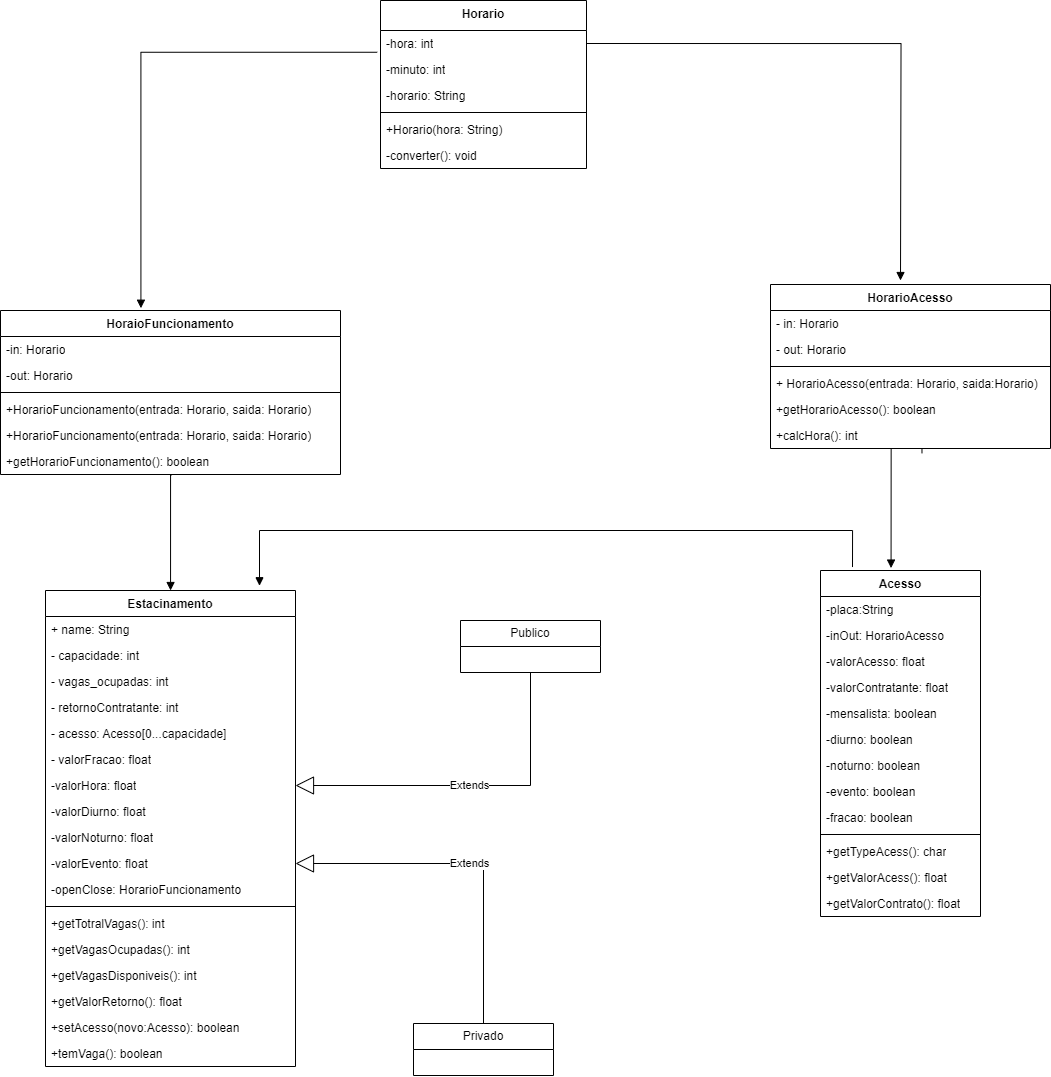
Above: TP/Class_Diagram.png in Pedronosrins/OO (draw.io), before the change. Source tidied: cells renumbered, new cells last; positions are measured from the earlier drawing's top-left corner, leaving out a move shared by most shapes.
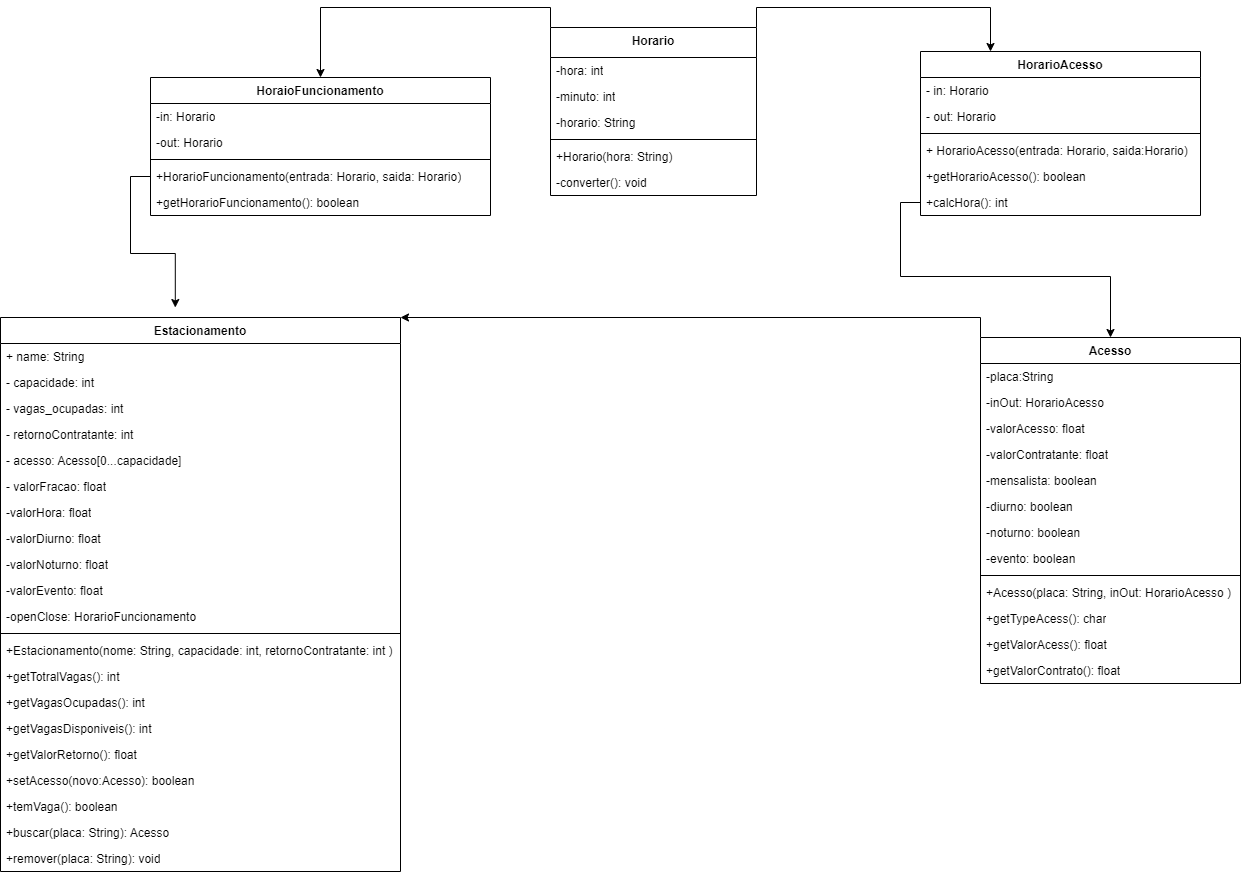
After the commit.

The edit, as a diff of the source:
```diff
@@ -4,109 +4,121 @@
     <mxCell id="1" parent="0" />
-    <mxCell id="2" value="Estacinamento" style="swimlane;fontStyle=1;align=center;verticalAlign=top;horizontal=1;startSize=26;whiteSpace=wrap;html=1;" parent="1" vertex="1">
-      <mxGeometry x="45" y="590" width="250" height="476" as="geometry" />
+    <mxCell id="2" value="Estacionamento" style="swimlane;fontStyle=1;align=center;verticalAlign=top;horizontal=1;startSize=26;whiteSpace=wrap;html=1;" parent="1" vertex="1">
+      <mxGeometry x="-150" y="550" width="400" height="554" as="geometry" />
     </mxCell>
     <mxCell id="3" value="+ name: String" style="text;strokeColor=none;fillColor=none;align=left;verticalAlign=top;spacingLeft=4;spacingRight=4;overflow=hidden;whiteSpace=wrap;html=1;" parent="2" vertex="1">
-      <mxGeometry y="26" width="250" height="26" as="geometry" />
+      <mxGeometry y="26" width="400" height="26" as="geometry" />
     </mxCell>
     <mxCell id="4" value="- capacidade: int&amp;nbsp;" style="text;strokeColor=none;fillColor=none;align=left;verticalAlign=top;spacingLeft=4;spacingRight=4;overflow=hidden;whiteSpace=wrap;html=1;" parent="2" vertex="1">
-      <mxGeometry y="52" width="250" height="26" as="geometry" />
+      <mxGeometry y="52" width="400" height="26" as="geometry" />
     </mxCell>
     <mxCell id="5" value="- vagas_ocupadas: int&amp;nbsp;" style="text;strokeColor=none;fillColor=none;align=left;verticalAlign=top;spacingLeft=4;spacingRight=4;overflow=hidden;whiteSpace=wrap;html=1;" parent="2" vertex="1">
-      <mxGeometry y="78" width="250" height="26" as="geometry" />
+      <mxGeometry y="78" width="400" height="26" as="geometry" />
     </mxCell>
     <mxCell id="6" value="- retornoContratante: int&amp;nbsp;" style="text;strokeColor=none;fillColor=none;align=left;verticalAlign=top;spacingLeft=4;spacingRight=4;overflow=hidden;whiteSpace=wrap;html=1;" parent="2" vertex="1">
-      <mxGeometry y="104" width="250" height="26" as="geometry" />
+      <mxGeometry y="104" width="400" height="26" as="geometry" />
     </mxCell>
     <mxCell id="7" value="- acesso: Acesso[0...capacidade]&amp;nbsp;" style="text;strokeColor=none;fillColor=none;align=left;verticalAlign=top;spacingLeft=4;spacingRight=4;overflow=hidden;whiteSpace=wrap;html=1;" parent="2" vertex="1">
-      <mxGeometry y="130" width="250" height="26" as="geometry" />
+      <mxGeometry y="130" width="400" height="26" as="geometry" />
     </mxCell>
     <mxCell id="8" value="- valorFracao: float" style="text;strokeColor=none;fillColor=none;align=left;verticalAlign=top;spacingLeft=4;spacingRight=4;overflow=hidden;whiteSpace=wrap;html=1;" parent="2" vertex="1">
-      <mxGeometry y="156" width="250" height="26" as="geometry" />
+      <mxGeometry y="156" width="400" height="26" as="geometry" />
     </mxCell>
     <mxCell id="9" value="-valorHora: float" style="text;strokeColor=none;fillColor=none;align=left;verticalAlign=top;spacingLeft=4;spacingRight=4;overflow=hidden;points=[[0,0.5],[1,0.5]];portConstraint=eastwest;whiteSpace=wrap;html=1;" parent="2" vertex="1">
-      <mxGeometry y="182" width="250" height="26" as="geometry" />
+      <mxGeometry y="182" width="400" height="26" as="geometry" />
     </mxCell>
     <mxCell id="10" value="-valorDiurno: float" style="text;strokeColor=none;fillColor=none;align=left;verticalAlign=top;spacingLeft=4;spacingRight=4;overflow=hidden;whiteSpace=wrap;html=1;" parent="2" vertex="1">
-      <mxGeometry y="208" width="250" height="26" as="geometry" />
+      <mxGeometry y="208" width="400" height="26" as="geometry" />
     </mxCell>
     <mxCell id="11" value="-valorNoturno: float" style="text;strokeColor=none;fillColor=none;align=left;verticalAlign=top;spacingLeft=4;spacingRight=4;overflow=hidden;whiteSpace=wrap;html=1;" parent="2" vertex="1">
-      <mxGeometry y="234" width="250" height="26" as="geometry" />
+      <mxGeometry y="234" width="400" height="26" as="geometry" />
     </mxCell>
     <mxCell id="12" value="-valorEvento: float" style="text;strokeColor=none;fillColor=none;align=left;verticalAlign=top;spacingLeft=4;spacingRight=4;overflow=hidden;points=[[0,0.5],[1,0.5]];portConstraint=eastwest;whiteSpace=wrap;html=1;" parent="2" vertex="1">
-      <mxGeometry y="260" width="250" height="26" as="geometry" />
+      <mxGeometry y="260" width="400" height="26" as="geometry" />
     </mxCell>
     <mxCell id="13" value="-openClose: HorarioFuncionamento" style="text;strokeColor=none;fillColor=none;align=left;verticalAlign=top;spacingLeft=4;spacingRight=4;overflow=hidden;whiteSpace=wrap;html=1;" parent="2" vertex="1">
-      <mxGeometry y="286" width="250" height="26" as="geometry" />
+      <mxGeometry y="286" width="400" height="26" as="geometry" />
     </mxCell>
     <mxCell id="14" style="line;strokeWidth=1;fillColor=none;align=left;verticalAlign=middle;spacingTop=-1;spacingLeft=3;spacingRight=3;labelPosition=right;strokeColor=inherit;" parent="2" vertex="1">
-      <mxGeometry y="312" width="250" height="8" as="geometry" />
+      <mxGeometry y="312" width="400" height="8" as="geometry" />
     </mxCell>
+    <mxCell id="65" value="+Estacionamento(nome: String, capacidade: int, retornoContratante: int )" style="text;strokeColor=none;fillColor=none;align=left;verticalAlign=top;spacingLeft=4;spacingRight=4;overflow=hidden;whiteSpace=wrap;html=1;" parent="2" vertex="1">
+      <mxGeometry y="320" width="400" height="26" as="geometry" />
+    </mxCell>
     <mxCell id="15" value="+getTotralVagas(): int&amp;nbsp;" style="text;strokeColor=none;fillColor=none;align=left;verticalAlign=top;spacingLeft=4;spacingRight=4;overflow=hidden;whiteSpace=wrap;html=1;" parent="2" vertex="1">
-      <mxGeometry y="320" width="250" height="26" as="geometry" />
+      <mxGeometry y="346" width="400" height="26" as="geometry" />
     </mxCell>
     <mxCell id="16" value="+getVagasOcupadas(): int&amp;nbsp;" style="text;strokeColor=none;fillColor=none;align=left;verticalAlign=top;spacingLeft=4;spacingRight=4;overflow=hidden;whiteSpace=wrap;html=1;" parent="2" vertex="1">
-      <mxGeometry y="346" width="250" height="26" as="geometry" />
+      <mxGeometry y="372" width="400" height="26" as="geometry" />
     </mxCell>
     <mxCell id="17" value="+getVagasDisponiveis(): int&amp;nbsp;" style="text;strokeColor=none;fillColor=none;align=left;verticalAlign=top;spacingLeft=4;spacingRight=4;overflow=hidden;whiteSpace=wrap;html=1;" parent="2" vertex="1">
-      <mxGeometry y="372" width="250" height="26" as="geometry" />
+      <mxGeometry y="398" width="400" height="26" as="geometry" />
     </mxCell>
     <mxCell id="18" value="+getValorRetorno(): float" style="text;strokeColor=none;fillColor=none;align=left;verticalAlign=top;spacingLeft=4;spacingRight=4;overflow=hidden;whiteSpace=wrap;html=1;" parent="2" vertex="1">
-      <mxGeometry y="398" width="250" height="26" as="geometry" />
+      <mxGeometry y="424" width="400" height="26" as="geometry" />
     </mxCell>
     <mxCell id="19" value="+setAcesso(novo:Acesso): boolean&amp;nbsp;" style="text;strokeColor=none;fillColor=none;align=left;verticalAlign=top;spacingLeft=4;spacingRight=4;overflow=hidden;whiteSpace=wrap;html=1;" parent="2" vertex="1">
-      <mxGeometry y="424" width="250" height="26" as="geometry" />
+      <mxGeometry y="450" width="400" height="26" as="geometry" />
     </mxCell>
     <mxCell id="20" value="+temVaga(): boolean&amp;nbsp;" style="text;strokeColor=none;fillColor=none;align=left;verticalAlign=top;spacingLeft=4;spacingRight=4;overflow=hidden;whiteSpace=wrap;html=1;" parent="2" vertex="1">
-      <mxGeometry y="450" width="250" height="26" as="geometry" />
+      <mxGeometry y="476" width="400" height="26" as="geometry" />
     </mxCell>
+    <mxCell id="66" value="+buscar(placa: String): Acesso&amp;nbsp;" style="text;strokeColor=none;fillColor=none;align=left;verticalAlign=top;spacingLeft=4;spacingRight=4;overflow=hidden;whiteSpace=wrap;html=1;" parent="2" vertex="1">
+      <mxGeometry y="502" width="400" height="26" as="geometry" />
+    </mxCell>
+    <mxCell id="67" value="+remover(placa: String): void" style="text;strokeColor=none;fillColor=none;align=left;verticalAlign=top;spacingLeft=4;spacingRight=4;overflow=hidden;whiteSpace=wrap;html=1;" parent="2" vertex="1">
+      <mxGeometry y="528" width="400" height="26" as="geometry" />
+    </mxCell>
+    <mxCell id="64" style="edgeStyle=orthogonalEdgeStyle;rounded=0;jettySize=auto;html=1;exitX=0;exitY=0;exitDx=0;exitDy=0;entryX=1;entryY=0;entryDx=0;entryDy=0;" parent="1" edge="1" source="21" target="2">
+      <mxGeometry relative="1" as="geometry" />
+    </mxCell>
     <mxCell id="21" value="Acesso" style="swimlane;fontStyle=1;align=center;verticalAlign=top;horizontal=1;startSize=26;whiteSpace=wrap;html=1;" parent="1" vertex="1">
-      <mxGeometry x="820" y="570" width="160" height="346" as="geometry" />
+      <mxGeometry x="830" y="570" width="260" height="346" as="geometry" />
     </mxCell>
     <mxCell id="22" value="-placa:String" style="text;strokeColor=none;fillColor=none;align=left;verticalAlign=top;spacingLeft=4;spacingRight=4;overflow=hidden;whiteSpace=wrap;html=1;" parent="21" vertex="1">
-      <mxGeometry y="26" width="160" height="26" as="geometry" />
+      <mxGeometry y="26" width="260" height="26" as="geometry" />
     </mxCell>
     <mxCell id="23" value="-inOut: HorarioAcesso" style="text;strokeColor=none;fillColor=none;align=left;verticalAlign=top;spacingLeft=4;spacingRight=4;overflow=hidden;whiteSpace=wrap;html=1;" parent="21" vertex="1">
-      <mxGeometry y="52" width="160" height="26" as="geometry" />
+      <mxGeometry y="52" width="260" height="26" as="geometry" />
     </mxCell>
     <mxCell id="24" value="-valorAcesso: float" style="text;strokeColor=none;fillColor=none;align=left;verticalAlign=top;spacingLeft=4;spacingRight=4;overflow=hidden;whiteSpace=wrap;html=1;" parent="21" vertex="1">
-      <mxGeometry y="78" width="160" height="26" as="geometry" />
+      <mxGeometry y="78" width="260" height="26" as="geometry" />
     </mxCell>
     <mxCell id="25" value="-valorContratante: float" style="text;strokeColor=none;fillColor=none;align=left;verticalAlign=top;spacingLeft=4;spacingRight=4;overflow=hidden;whiteSpace=wrap;html=1;" parent="21" vertex="1">
-      <mxGeometry y="104" width="160" height="26" as="geometry" />
+      <mxGeometry y="104" width="260" height="26" as="geometry" />
     </mxCell>
     <mxCell id="26" value="-mensalista: boolean" style="text;strokeColor=none;fillColor=none;align=left;verticalAlign=top;spacingLeft=4;spacingRight=4;overflow=hidden;whiteSpace=wrap;html=1;" parent="21" vertex="1">
-      <mxGeometry y="130" width="160" height="26" as="geometry" />
+      <mxGeometry y="130" width="260" height="26" as="geometry" />
     </mxCell>
     <mxCell id="27" value="-diurno: boolean" style="text;strokeColor=none;fillColor=none;align=left;verticalAlign=top;spacingLeft=4;spacingRight=4;overflow=hidden;whiteSpace=wrap;html=1;" parent="21" vertex="1">
-      <mxGeometry y="156" width="160" height="26" as="geometry" />
+      <mxGeometry y="156" width="260" height="26" as="geometry" />
     </mxCell>
     <mxCell id="28" value="-noturno: boolean" style="text;strokeColor=none;fillColor=none;align=left;verticalAlign=top;spacingLeft=4;spacingRight=4;overflow=hidden;whiteSpace=wrap;html=1;" parent="21" vertex="1">
-      <mxGeometry y="182" width="160" height="26" as="geometry" />
+      <mxGeometry y="182" width="260" height="26" as="geometry" />
     </mxCell>
     <mxCell id="29" value="-evento: boolean" style="text;strokeColor=none;fillColor=none;align=left;verticalAlign=top;spacingLeft=4;spacingRight=4;overflow=hidden;whiteSpace=wrap;html=1;" parent="21" vertex="1">
-      <mxGeometry y="208" width="160" height="26" as="geometry" />
+      <mxGeometry y="208" width="260" height="26" as="geometry" />
     </mxCell>
-    <mxCell id="30" value="-fracao: boolean" style="text;strokeColor=none;fillColor=none;align=left;verticalAlign=top;spacingLeft=4;spacingRight=4;overflow=hidden;whiteSpace=wrap;html=1;" parent="21" vertex="1">
-      <mxGeometry y="234" width="160" height="26" as="geometry" />
-    </mxCell>
     <mxCell id="31" style="line;strokeWidth=1;fillColor=none;align=left;verticalAlign=middle;spacingTop=-1;spacingLeft=3;spacingRight=3;labelPosition=right;strokeColor=inherit;" parent="21" vertex="1">
-      <mxGeometry y="260" width="160" height="8" as="geometry" />
+      <mxGeometry y="234" width="260" height="8" as="geometry" />
     </mxCell>
+    <mxCell id="68" value="+Acesso(placa: String, inOut: HorarioAcesso )" style="text;strokeColor=none;fillColor=none;align=left;verticalAlign=top;spacingLeft=4;spacingRight=4;overflow=hidden;whiteSpace=wrap;html=1;" parent="21" vertex="1">
+      <mxGeometry y="242" width="260" height="26" as="geometry" />
+    </mxCell>
     <mxCell id="32" value="+getTypeAcess(): char" style="text;strokeColor=none;fillColor=none;align=left;verticalAlign=top;spacingLeft=4;spacingRight=4;overflow=hidden;whiteSpace=wrap;html=1;" parent="21" vertex="1">
-      <mxGeometry y="268" width="160" height="26" as="geometry" />
+      <mxGeometry y="268" width="260" height="26" as="geometry" />
     </mxCell>
     <mxCell id="33" value="+getValorAcess(): float" style="text;strokeColor=none;fillColor=none;align=left;verticalAlign=top;spacingLeft=4;spacingRight=4;overflow=hidden;whiteSpace=wrap;html=1;" parent="21" vertex="1">
-      <mxGeometry y="294" width="160" height="26" as="geometry" />
+      <mxGeometry y="294" width="260" height="26" as="geometry" />
     </mxCell>
     <mxCell id="34" value="+getValorContrato(): float" style="text;strokeColor=none;fillColor=none;align=left;verticalAlign=top;spacingLeft=4;spacingRight=4;overflow=hidden;whiteSpace=wrap;html=1;" parent="21" vertex="1">
-      <mxGeometry y="320" width="160" height="26" as="geometry" />
+      <mxGeometry y="320" width="260" height="26" as="geometry" />
     </mxCell>
-    <mxCell id="35" value="Publico" style="swimlane;fontStyle=0;horizontal=1;startSize=26;fillColor=none;whiteSpace=wrap;html=1;" parent="1" vertex="1">
-      <mxGeometry x="460" y="620" width="140" height="52" as="geometry" />
-    </mxCell>
-    <mxCell id="36" value="Privado" style="swimlane;fontStyle=0;horizontal=1;startSize=26;fillColor=none;whiteSpace=wrap;html=1;" parent="1" vertex="1">
-      <mxGeometry x="413" y="1023" width="140" height="52" as="geometry" />
-    </mxCell>
+    <mxCell id="69" style="edgeStyle=orthogonalEdgeStyle;rounded=0;jettySize=auto;html=1;exitX=0;exitY=0;exitDx=0;exitDy=0;entryX=0.5;entryY=0;entryDx=0;entryDy=0;" parent="1" edge="1" source="37" target="53">
+      <mxGeometry relative="1" as="geometry" />
+    </mxCell>
+    <mxCell id="70" style="edgeStyle=orthogonalEdgeStyle;rounded=0;jettySize=auto;html=1;exitX=1;exitY=0;exitDx=0;exitDy=0;entryX=0.25;entryY=0;entryDx=0;entryDy=0;" parent="1" edge="1" source="37" target="46">
+      <mxGeometry relative="1" as="geometry" />
+    </mxCell>
     <mxCell id="37" value="Horario" style="swimlane;fontStyle=1;align=center;verticalAlign=top;horizontal=1;startSize=30;whiteSpace=wrap;html=1;" parent="1" vertex="1">
-      <mxGeometry x="380" width="206" height="168" as="geometry" />
+      <mxGeometry x="400" y="260" width="206" height="168" as="geometry" />
     </mxCell>
@@ -130,16 +142,2 @@
     </mxCell>
-    <mxCell id="44" value="Extends" style="endArrow=block;endSize=16;endFill=0;html=1;rounded=0;entryX=1;entryY=0.5;entryDx=0;entryDy=0;exitX=0.5;exitY=1;exitDx=0;exitDy=0;" parent="1" edge="1" source="35" target="9">
-      <mxGeometry relative="1" as="geometry">
-        <Array as="points">
-          <mxPoint x="530" y="785" />
-        </Array>
-      </mxGeometry>
-    </mxCell>
-    <mxCell id="45" value="Extends" style="endArrow=block;endSize=16;endFill=0;html=1;rounded=0;entryX=1;entryY=0.5;entryDx=0;entryDy=0;exitX=0.5;exitY=0;exitDx=0;exitDy=0;" parent="1" edge="1" source="36" target="12">
-      <mxGeometry relative="1" as="geometry">
-        <Array as="points">
-          <mxPoint x="483" y="863" />
-        </Array>
-      </mxGeometry>
-    </mxCell>
     <mxCell id="46" value="HorarioAcesso" style="swimlane;fontStyle=1;align=center;verticalAlign=top;horizontal=1;startSize=26;whiteSpace=wrap;html=1;" parent="1" vertex="1">
@@ -166,3 +164,3 @@
     <mxCell id="53" value="HoraioFuncionamento" style="swimlane;fontStyle=1;align=center;verticalAlign=top;horizontal=1;startSize=26;whiteSpace=wrap;html=1;" parent="1" vertex="1">
-      <mxGeometry y="310" width="340" height="164" as="geometry" />
+      <mxGeometry y="310" width="340" height="138" as="geometry" />
     </mxCell>
@@ -177,42 +175,14 @@
     </mxCell>
-    <mxCell id="57" value="+HorarioFuncionamento(entrada: Horario, saida: Horario)" style="text;strokeColor=none;fillColor=none;align=left;verticalAlign=top;spacingLeft=4;spacingRight=4;overflow=hidden;whiteSpace=wrap;html=1;" parent="53" vertex="1">
-      <mxGeometry y="86" width="340" height="26" as="geometry" />
-    </mxCell>
     <mxCell id="58" value="+HorarioFuncionamento(entrada: Horario, saida: Horario)" style="text;strokeColor=none;fillColor=none;align=left;verticalAlign=top;spacingLeft=4;spacingRight=4;overflow=hidden;points=[[0,0.5],[1,0.5]];portConstraint=eastwest;whiteSpace=wrap;html=1;" parent="53" vertex="1">
-      <mxGeometry y="112" width="340" height="26" as="geometry" />
+      <mxGeometry y="86" width="340" height="26" as="geometry" />
     </mxCell>
     <mxCell id="59" value="+getHorarioFuncionamento(): boolean" style="text;strokeColor=none;fillColor=none;align=left;verticalAlign=top;spacingLeft=4;spacingRight=4;overflow=hidden;points=[[0,0.5],[1,0.5]];portConstraint=eastwest;whiteSpace=wrap;html=1;" parent="53" vertex="1">
-      <mxGeometry y="138" width="340" height="26" as="geometry" />
+      <mxGeometry y="112" width="340" height="26" as="geometry" />
     </mxCell>
-    <mxCell id="60" style="endArrow=block;endFill=1;html=1;edgeStyle=orthogonalEdgeStyle;align=left;verticalAlign=top;rounded=0;exitX=0.504;exitY=1.014;exitDx=0;exitDy=0;exitPerimeter=0;" parent="1" edge="1" source="59" target="2">
-      <mxGeometry x="-1" relative="1" as="geometry">
-        <Array as="points">
-          <mxPoint x="170" y="474" />
-        </Array>
-      </mxGeometry>
-    </mxCell>
-    <mxCell id="61" style="endArrow=block;endFill=1;html=1;edgeStyle=orthogonalEdgeStyle;align=left;verticalAlign=top;rounded=0;exitX=1;exitY=0.5;exitDx=0;exitDy=0;" parent="1" edge="1" source="38">
-      <mxGeometry x="-1" relative="1" as="geometry">
-        <mxPoint x="900" y="280" as="targetPoint" />
-      </mxGeometry>
-    </mxCell>
-    <mxCell id="62" style="endArrow=block;endFill=1;html=1;edgeStyle=orthogonalEdgeStyle;align=left;verticalAlign=top;rounded=0;exitX=-0.016;exitY=0.837;exitDx=0;exitDy=0;entryX=0.413;entryY=-0.014;entryDx=0;entryDy=0;entryPerimeter=0;exitPerimeter=0;" parent="1" edge="1" source="38" target="53">
-      <mxGeometry x="-1" relative="1" as="geometry" />
-    </mxCell>
+    <mxCell id="71" style="edgeStyle=orthogonalEdgeStyle;rounded=0;jettySize=auto;html=1;exitX=0;exitY=0.5;exitDx=0;exitDy=0;entryX=0.437;entryY=-0.018;entryDx=0;entryDy=0;entryPerimeter=0;" parent="1" edge="1" source="58" target="2">
+      <mxGeometry relative="1" as="geometry" />
+    </mxCell>
-    <mxCell id="63" style="endArrow=block;endFill=1;html=1;edgeStyle=orthogonalEdgeStyle;align=left;verticalAlign=top;rounded=0;exitX=0.541;exitY=1.181;exitDx=0;exitDy=0;exitPerimeter=0;entryX=0.441;entryY=-0.007;entryDx=0;entryDy=0;entryPerimeter=0;" parent="1" edge="1" source="52" target="21">
-      <mxGeometry x="-1" relative="1" as="geometry">
-        <Array as="points">
-          <mxPoint x="921" y="448" />
-          <mxPoint x="891" y="448" />
-        </Array>
-      </mxGeometry>
+    <mxCell id="63" style="edgeStyle=orthogonalEdgeStyle;rounded=0;jettySize=auto;html=1;exitX=0;exitY=0.5;exitDx=0;exitDy=0;entryX=0.5;entryY=0;entryDx=0;entryDy=0;" parent="1" edge="1" source="52" target="21">
+      <mxGeometry relative="1" as="geometry" />
     </mxCell>
-    <mxCell id="64" style="endArrow=block;endFill=1;html=1;edgeStyle=orthogonalEdgeStyle;align=left;verticalAlign=top;rounded=0;exitX=0.2;exitY=-0.01;exitDx=0;exitDy=0;exitPerimeter=0;entryX=0.856;entryY=-0.01;entryDx=0;entryDy=0;entryPerimeter=0;" parent="1" edge="1" source="21" target="2">
-      <mxGeometry x="-1" relative="1" as="geometry">
-        <Array as="points">
-          <mxPoint x="852" y="530" />
-          <mxPoint x="259" y="530" />
-        </Array>
-      </mxGeometry>
-    </mxCell>
   </root>
```
